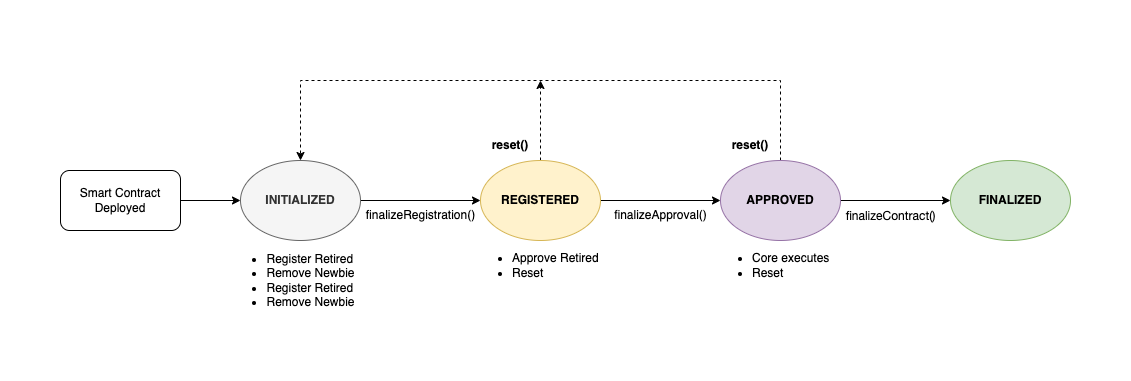
Above: assets/kip-103/lifecycle.png in klaytn/kips (draw.io), before the change. Source tidied: cells renumbered, new cells last; positions are measured from the earlier drawing's top-left corner, leaving out a move shared by most shapes.
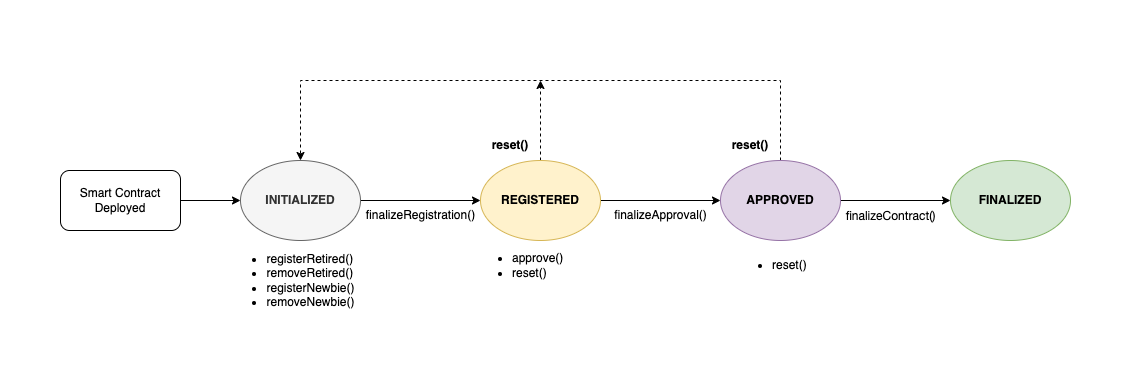
Later version of the same file.

Commit message:
fixed diagram and added detailed interface

Change to the diagram source:
```diff
@@ -44,7 +44,7 @@
     <mxCell id="11" value="&lt;b&gt;APPROVED&lt;/b&gt;" style="ellipse;whiteSpace=wrap;html=1;fillColor=#e1d5e7;strokeColor=#9673a6;" parent="1" vertex="1">
       <mxGeometry x="720" y="160" width="120" height="80" as="geometry" />
     </mxCell>
-    <mxCell id="12" value="&lt;div style=&quot;text-align: left;&quot;&gt;&lt;ul&gt;&lt;li&gt;&lt;span style=&quot;background-color: initial;&quot;&gt;Register Retired&lt;/span&gt;&lt;/li&gt;&lt;li&gt;&lt;span style=&quot;background-color: initial;&quot;&gt;Remove Newbie&lt;/span&gt;&lt;/li&gt;&lt;li&gt;&lt;span style=&quot;background-color: initial;&quot;&gt;Register&amp;nbsp;&lt;/span&gt;Retired&lt;/li&gt;&lt;li&gt;&lt;span style=&quot;background-color: initial;&quot;&gt;Remove&amp;nbsp;&lt;/span&gt;Newbie&lt;/li&gt;&lt;/ul&gt;&lt;/div&gt;" style="text;html=1;align=center;verticalAlign=middle;strokeColor=none;fillColor=none;" parent="1" vertex="1">
+    <mxCell id="12" value="&lt;div style=&quot;text-align: left;&quot;&gt;&lt;ul&gt;&lt;li&gt;&lt;span style=&quot;background-color: initial;&quot;&gt;registerRetired()&lt;/span&gt;&lt;/li&gt;&lt;li&gt;&lt;span style=&quot;background-color: initial;&quot;&gt;removeRetired()&lt;/span&gt;&lt;/li&gt;&lt;li&gt;registerNewbie()&lt;/li&gt;&lt;li&gt;removeNewbie()&lt;/li&gt;&lt;/ul&gt;&lt;/div&gt;" style="text;html=1;align=center;verticalAlign=middle;strokeColor=none;fillColor=none;" parent="1" vertex="1">
       <mxGeometry x="215" y="230" width="150" height="100" as="geometry" />
     </mxCell>
     <mxCell id="13" style="edgeStyle=orthogonalEdgeStyle;rounded=0;jettySize=auto;html=1;" parent="1" edge="1" target="4">
@@ -52,11 +52,11 @@
         <mxPoint x="180" y="200" as="sourcePoint" />
       </mxGeometry>
     </mxCell>
-    <mxCell id="14" value="&lt;div style=&quot;&quot;&gt;&lt;ul&gt;&lt;li&gt;&lt;span style=&quot;background-color: initial;&quot;&gt;Approve Retired&lt;/span&gt;&lt;/li&gt;&lt;li&gt;&lt;span style=&quot;background-color: initial;&quot;&gt;Reset&lt;/span&gt;&lt;/li&gt;&lt;/ul&gt;&lt;/div&gt;" style="text;html=1;align=left;verticalAlign=middle;strokeColor=none;fillColor=none;" parent="1" vertex="1">
-      <mxGeometry x="470" y="230" width="150" height="70" as="geometry" />
+    <mxCell id="14" value="&lt;div style=&quot;&quot;&gt;&lt;ul&gt;&lt;li&gt;&lt;span style=&quot;background-color: initial;&quot;&gt;approve()&lt;/span&gt;&lt;/li&gt;&lt;li&gt;&lt;span style=&quot;background-color: initial;&quot;&gt;reset()&lt;/span&gt;&lt;/li&gt;&lt;/ul&gt;&lt;/div&gt;" style="text;html=1;align=left;verticalAlign=middle;strokeColor=none;fillColor=none;" parent="1" vertex="1">
+      <mxGeometry x="470" y="230" width="110" height="70" as="geometry" />
     </mxCell>
-    <mxCell id="15" value="&lt;div style=&quot;&quot;&gt;&lt;ul&gt;&lt;li&gt;&lt;span style=&quot;background-color: initial;&quot;&gt;Core executes&amp;nbsp;&lt;/span&gt;&lt;/li&gt;&lt;li&gt;Reset&lt;/li&gt;&lt;/ul&gt;&lt;/div&gt;" style="text;html=1;align=left;verticalAlign=middle;strokeColor=none;fillColor=none;" parent="1" vertex="1">
-      <mxGeometry x="710" y="230" width="140" height="70" as="geometry" />
+    <mxCell id="15" value="&lt;div style=&quot;&quot;&gt;&lt;ul&gt;&lt;li&gt;reset()&lt;/li&gt;&lt;/ul&gt;&lt;/div&gt;" style="text;html=1;align=left;verticalAlign=middle;strokeColor=none;fillColor=none;" parent="1" vertex="1">
+      <mxGeometry x="730" y="240" width="100" height="50" as="geometry" />
     </mxCell>
     <mxCell id="16" value="&lt;div style=&quot;&quot;&gt;&lt;p style=&quot;margin: 0px; font-variant-numeric: normal; font-variant-east-asian: normal; font-stretch: normal; line-height: normal; font-family: &amp;quot;Helvetica Neue&amp;quot;; text-align: start;&quot; class=&quot;p1&quot;&gt;&lt;font style=&quot;font-size: 12px;&quot;&gt;finalizeContract()&lt;/font&gt;&lt;/p&gt;&lt;/div&gt;" style="text;html=1;align=center;verticalAlign=middle;strokeColor=none;fillColor=none;" parent="1" vertex="1">
       <mxGeometry x="835" y="200" width="110" height="30" as="geometry" />
```
